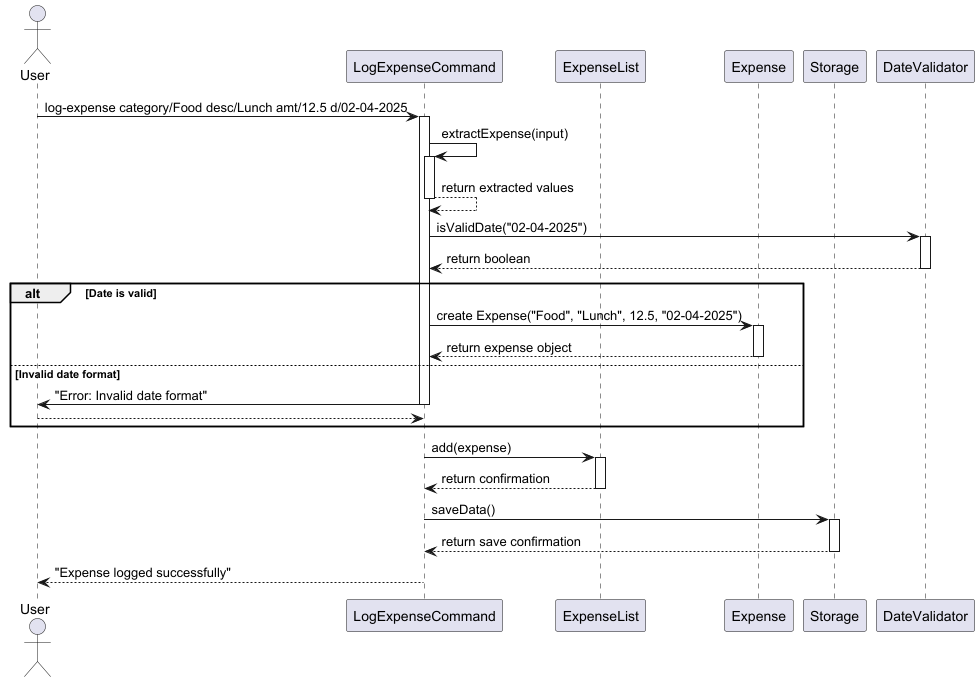
thienkimtranhoang/tp keeps this PlantUML diagram as docs/diagrams/log_expense_command_sequence_diagram.png. Above is the earlier version.
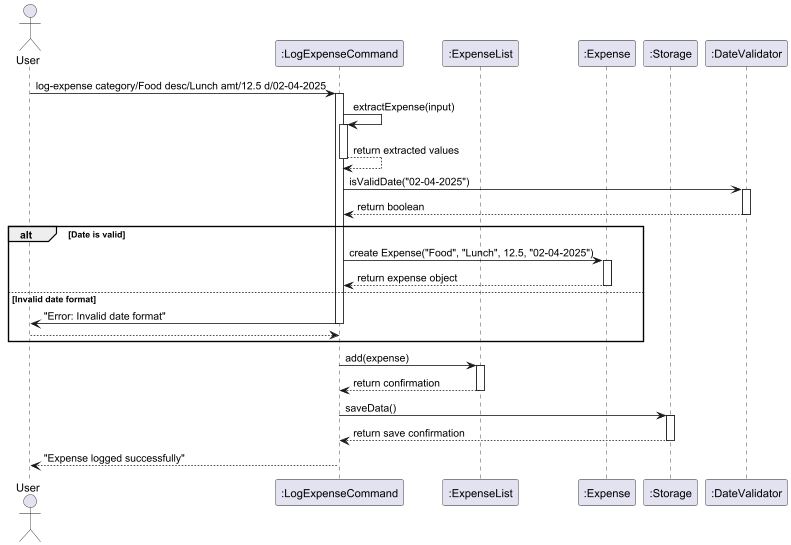
Later version of the same file.

Commit message:
update puml for abstract classes to have {abstract} and some sequence diagrams to be updated with ":"

The edit, as a diff of the source:
```diff
@@ -1,11 +1,11 @@
 @startuml
 
  actor User
- participant "LogExpenseCommand" as LogCmd
- participant "ExpenseList" as ExpenseList
- participant "Expense" as Expense
- participant "Storage" as Storage
- participant "DateValidator" as DateValidator
+ participant ":LogExpenseCommand" as LogCmd
+ participant ":ExpenseList" as ExpenseList
+ participant ":Expense" as Expense
+ participant ":Storage" as Storage
+ participant ":DateValidator" as DateValidator
 
  User -> LogCmd: log-expense category/Food desc/Lunch amt/12.5 d/02-04-2025
  activate LogCmd
```
